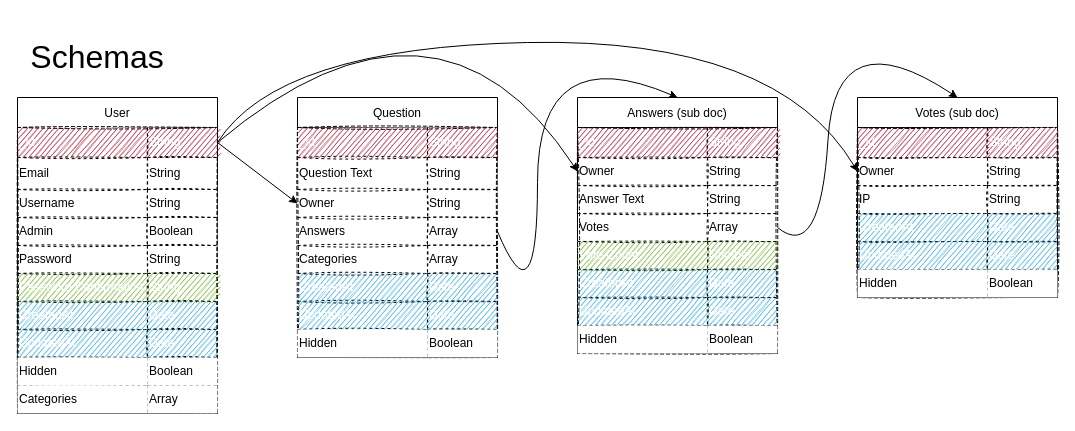
The draw.io diagram best/planning/schema.drawio in lovegroa/Project-3, before the edit. Source tidied: cells renumbered, new cells numbered last; positions are measured from the earlier drawing's top-left corner, leaving out a move shared by most shapes. Both pictures are drawn from the tidied source at 100%, with x=0, y=0 at pixel (17, -43).
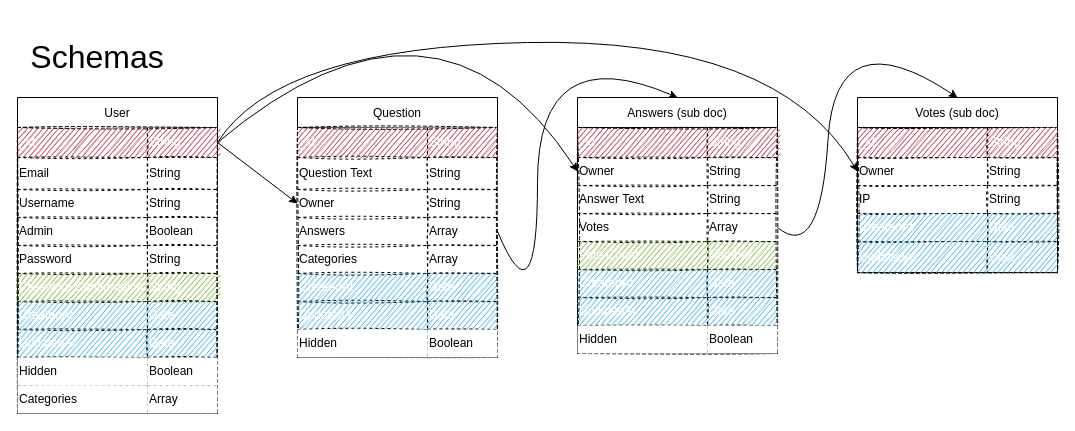
The same diagram, later.

Change to the diagram source:
```diff
@@
     <mxCell id="89" value="Votes (sub doc)" style="swimlane;fontStyle=0;horizontal=1;startSize=30;" parent="1" vertex="1">
-      <mxGeometry x="840" y="140" width="200" height="200" as="geometry" />
+      <mxGeometry x="840" y="140" width="200" height="175.1" as="geometry" />
     </mxCell>
     <mxCell id="90" style="shape=table;html=1;whiteSpace=wrap;startSize=0;childLayout=tableLayout;rounded=0;shadow=0;glass=0;dashed=1;sketch=1;fontSize=20;align=left;" parent="89" vertex="1">
-      <mxGeometry y="30" width="200" height="170" as="geometry" />
+      <mxGeometry y="30" width="200" height="145.1" as="geometry" />
     </mxCell>
@@
     <mxCell id="103" style="shape=partialRectangle;html=1;whiteSpace=wrap;fillColor=none;top=0;left=0;bottom=0;right=0;rounded=0;shadow=0;glass=0;dashed=1;sketch=1;fontSize=20;" parent="90" vertex="1">
-      <mxGeometry y="114" width="200" height="28" as="geometry" />
+      <mxGeometry y="114" width="200" height="31" as="geometry" />
     </mxCell>
     <mxCell id="104" value="UpdatedAt" style="shape=partialRectangle;html=1;whiteSpace=wrap;fillColor=#1ba1e2;top=0;left=0;bottom=0;right=0;overflow=hidden;rounded=0;shadow=0;glass=0;dashed=1;sketch=1;fontSize=12;align=left;fontColor=#ffffff;strokeColor=#006EAF;" parent="103" vertex="1">
-      <mxGeometry width="130" height="28" as="geometry" />
+      <mxGeometry width="130" height="31" as="geometry" />
     </mxCell>
     <mxCell id="105" value="Date" style="shape=partialRectangle;html=1;whiteSpace=wrap;fillColor=#1ba1e2;top=0;left=0;bottom=0;right=0;overflow=hidden;rounded=0;shadow=0;glass=0;dashed=1;sketch=1;fontSize=12;align=left;fontColor=#ffffff;strokeColor=#006EAF;" parent="103" vertex="1">
-      <mxGeometry x="130" width="70" height="28" as="geometry" />
+      <mxGeometry x="130" width="70" height="31" as="geometry" />
     </mxCell>
-    <mxCell id="106" style="shape=partialRectangle;html=1;whiteSpace=wrap;fillColor=none;top=0;left=0;bottom=0;right=0;rounded=0;shadow=0;glass=0;dashed=1;sketch=1;fontSize=20;" parent="90" vertex="1">
-      <mxGeometry y="142" width="200" height="28" as="geometry" />
-    </mxCell>
-    <mxCell id="107" value="Hidden" style="shape=partialRectangle;html=1;whiteSpace=wrap;top=0;left=0;bottom=0;right=0;overflow=hidden;rounded=0;shadow=0;glass=0;dashed=1;sketch=0;fontSize=12;align=left;" parent="106" vertex="1">
-      <mxGeometry width="130" height="28" as="geometry" />
-    </mxCell>
-    <mxCell id="108" value="Boolean" style="shape=partialRectangle;html=1;whiteSpace=wrap;top=0;left=0;bottom=0;right=0;overflow=hidden;rounded=0;shadow=0;glass=0;dashed=1;sketch=0;fontSize=12;align=left;" parent="106" vertex="1">
-      <mxGeometry x="130" width="70" height="28" as="geometry" />
-    </mxCell>
```
